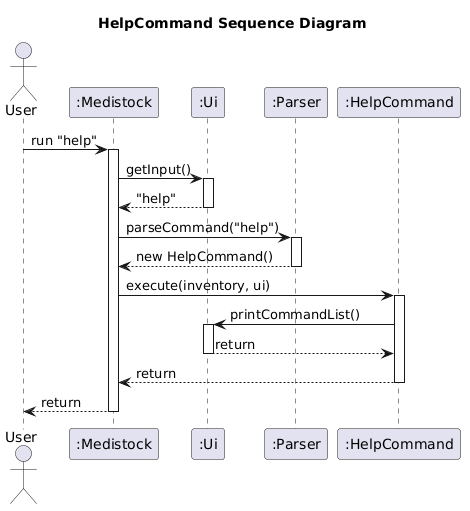
Before: docs/diagrams/HelpCommand_SequenceDiagram.png, a diagram exported from PlantUML (Yonish18/tp).
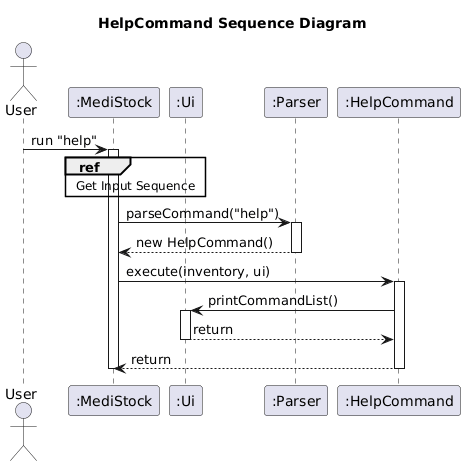
After the change.

Diff of the diagram source:
```diff
@@ -2,18 +2,16 @@
 title HelpCommand Sequence Diagram
 
 actor User
-participant ":Medistock" as App
+participant ":MediStock" as App
 participant ":Ui" as Ui
 participant ":Parser" as Parser
 participant ":HelpCommand" as HelpCommand
 
 User -> App : run "help"
 activate App
-
-App -> Ui : getInput()
-activate Ui
-Ui --> App : "help"
-deactivate Ui
+ref over App, Ui
+    Get Input Sequence
+end
 
 App -> Parser : parseCommand("help")
 activate Parser
@@ -31,6 +29,5 @@
 HelpCommand --> App : return
 deactivate HelpCommand
 
-App --> User : return
 deactivate App
 @enduml
```
